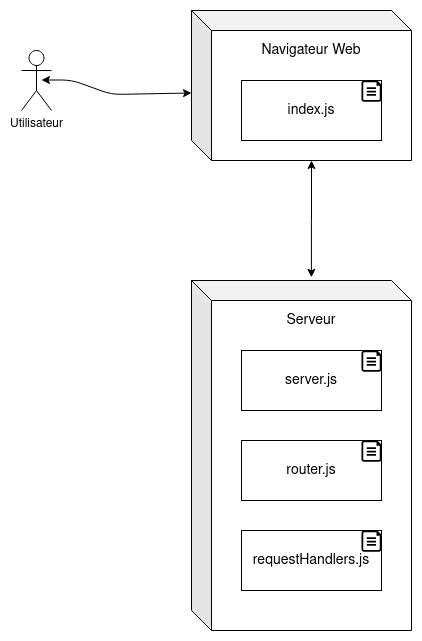
Above: docs/diagramme_deploiement.png in prodageo/mniproj2020b-2020a20w (draw.io), before the change. Source tidied: cells renumbered, new cells last; positions are measured from the earlier drawing's top-left corner, leaving out a move shared by most shapes. Source of this version:
```xml
<mxGraphModel>
  <root>
    <mxCell id="0" />
    <mxCell id="1" parent="0" />
    <mxCell id="2" value="Utilisateur" style="shape=umlActor;verticalLabelPosition=bottom;verticalAlign=top;html=1;" parent="1" vertex="1">
      <mxGeometry y="40" width="30" height="60" as="geometry" />
    </mxCell>
    <mxCell id="3" style="edgeStyle=orthogonalEdgeStyle;rounded=0;jettySize=auto;html=1;exitX=0;exitY=0;exitDx=120;exitDy=150;exitPerimeter=0;entryX=0.545;entryY=-0.009;entryDx=0;entryDy=0;entryPerimeter=0;startArrow=classic;startFill=1;" parent="1" edge="1" source="4" target="9">
      <mxGeometry relative="1" as="geometry" />
    </mxCell>
    <mxCell id="4" value="&lt;p style=&quot;line-height: 90%&quot;&gt;&lt;br&gt;&lt;/p&gt;" style="shape=cube;whiteSpace=wrap;html=1;boundedLbl=1;backgroundOutline=1;darkOpacity=0.05;darkOpacity2=0.1;" parent="1" vertex="1">
      <mxGeometry x="170" width="220" height="150" as="geometry" />
    </mxCell>
    <mxCell id="5" style="endArrow=classic;startArrow=classic;html=1;entryX=0;entryY=0.55;entryDx=0;entryDy=0;entryPerimeter=0;" parent="1" edge="1" target="4">
      <mxGeometry relative="1" as="geometry">
        <mxPoint x="20" y="69.5" as="sourcePoint" />
        <Array as="points">
          <mxPoint x="50" y="69.5" />
          <mxPoint x="90" y="84" />
        </Array>
      </mxGeometry>
    </mxCell>
    <mxCell id="6" value="&lt;font style=&quot;font-size: 14px&quot;&gt;index.js&lt;/font&gt;" style="rounded=0;whiteSpace=wrap;html=1;" parent="1" vertex="1">
      <mxGeometry x="220" y="70" width="140" height="60" as="geometry" />
    </mxCell>
    <mxCell id="7" value="&lt;p style=&quot;line-height: 90% ; font-size: 14px&quot;&gt;&lt;font style=&quot;font-size: 14px&quot;&gt;Navigateur Web&lt;/font&gt;&lt;/p&gt;" style="text;html=1;strokeColor=none;fillColor=none;align=center;verticalAlign=middle;whiteSpace=wrap;rounded=0;" parent="1" vertex="1">
      <mxGeometry x="235" y="30" width="110" height="20" as="geometry" />
    </mxCell>
    <mxCell id="8" style="shadow=0;dashed=0;html=1;strokeColor=none;labelPosition=center;verticalLabelPosition=bottom;verticalAlign=top;align=center;shape=mxgraph.azure.file;fillColor=#000000;" parent="1" vertex="1">
      <mxGeometry x="340" y="70" width="20" height="21.3" as="geometry" />
    </mxCell>
    <mxCell id="9" value="&lt;p style=&quot;line-height: 90%&quot;&gt;&lt;br&gt;&lt;/p&gt;" style="shape=cube;whiteSpace=wrap;html=1;boundedLbl=1;backgroundOutline=1;darkOpacity=0.05;darkOpacity2=0.1;" parent="1" vertex="1">
      <mxGeometry x="170" y="270" width="220" height="350" as="geometry" />
    </mxCell>
    <mxCell id="10" value="&lt;font style=&quot;font-size: 14px&quot;&gt;Serveur&lt;/font&gt;" style="text;html=1;strokeColor=none;fillColor=none;align=center;verticalAlign=middle;whiteSpace=wrap;rounded=0;" parent="1" vertex="1">
      <mxGeometry x="235" y="300" width="110" height="20" as="geometry" />
    </mxCell>
    <mxCell id="11" value="&lt;font style=&quot;font-size: 14px&quot;&gt;server.js&lt;/font&gt;" style="rounded=0;whiteSpace=wrap;html=1;" parent="1" vertex="1">
      <mxGeometry x="220" y="340" width="140" height="60" as="geometry" />
    </mxCell>
    <mxCell id="12" style="shadow=0;dashed=0;html=1;strokeColor=none;labelPosition=center;verticalLabelPosition=bottom;verticalAlign=top;align=center;shape=mxgraph.azure.file;fillColor=#000000;" parent="1" vertex="1">
      <mxGeometry x="340" y="340" width="20" height="21.3" as="geometry" />
    </mxCell>
    <mxCell id="13" value="&lt;font style=&quot;font-size: 14px&quot;&gt;router&lt;font style=&quot;font-size: 14px&quot;&gt;.js&lt;/font&gt;&lt;/font&gt;" style="rounded=0;whiteSpace=wrap;html=1;" parent="1" vertex="1">
      <mxGeometry x="220" y="430" width="140" height="60" as="geometry" />
    </mxCell>
    <mxCell id="14" style="shadow=0;dashed=0;html=1;strokeColor=none;labelPosition=center;verticalLabelPosition=bottom;verticalAlign=top;align=center;shape=mxgraph.azure.file;fillColor=#000000;" parent="1" vertex="1">
      <mxGeometry x="340" y="430" width="20" height="21.3" as="geometry" />
    </mxCell>
    <mxCell id="15" value="&lt;font style=&quot;font-size: 14px&quot;&gt;requestHandlers.js&lt;/font&gt;" style="rounded=0;whiteSpace=wrap;html=1;" parent="1" vertex="1">
      <mxGeometry x="220" y="520" width="140" height="60" as="geometry" />
    </mxCell>
    <mxCell id="16" style="shadow=0;dashed=0;html=1;strokeColor=none;labelPosition=center;verticalLabelPosition=bottom;verticalAlign=top;align=center;shape=mxgraph.azure.file;fillColor=#000000;" parent="1" vertex="1">
      <mxGeometry x="340" y="520" width="20" height="21.3" as="geometry" />
    </mxCell>
  </root>
</mxGraphModel>
```
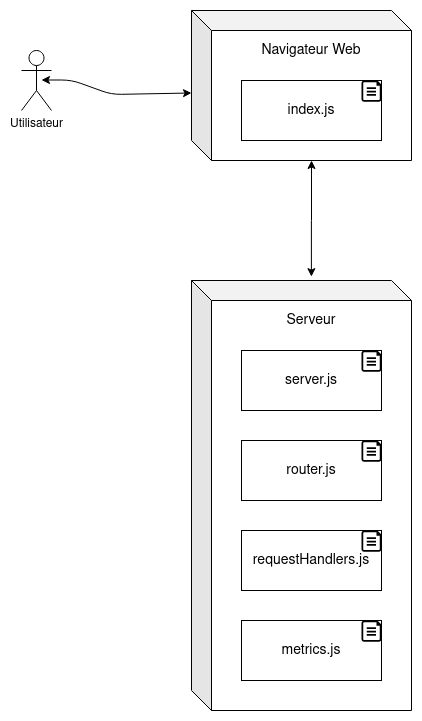
After the change.

Commit message:
Nouvelle version du jalon C

Diff of the diagram source:
```diff
@@ -30,7 +30,7 @@
       <mxGeometry x="340" y="70" width="20" height="21.3" as="geometry" />
     </mxCell>
     <mxCell id="9" value="&lt;p style=&quot;line-height: 90%&quot;&gt;&lt;br&gt;&lt;/p&gt;" style="shape=cube;whiteSpace=wrap;html=1;boundedLbl=1;backgroundOutline=1;darkOpacity=0.05;darkOpacity2=0.1;" parent="1" vertex="1">
-      <mxGeometry x="170" y="270" width="220" height="350" as="geometry" />
+      <mxGeometry x="170" y="270" width="220" height="430" as="geometry" />
     </mxCell>
     <mxCell id="10" value="&lt;font style=&quot;font-size: 14px&quot;&gt;Serveur&lt;/font&gt;" style="text;html=1;strokeColor=none;fillColor=none;align=center;verticalAlign=middle;whiteSpace=wrap;rounded=0;" parent="1" vertex="1">
       <mxGeometry x="235" y="300" width="110" height="20" as="geometry" />
@@ -53,5 +53,11 @@
     <mxCell id="16" style="shadow=0;dashed=0;html=1;strokeColor=none;labelPosition=center;verticalLabelPosition=bottom;verticalAlign=top;align=center;shape=mxgraph.azure.file;fillColor=#000000;" parent="1" vertex="1">
       <mxGeometry x="340" y="520" width="20" height="21.3" as="geometry" />
     </mxCell>
+    <mxCell id="17" value="&lt;font style=&quot;font-size: 14px&quot;&gt;metrics.js&lt;/font&gt;" style="rounded=0;whiteSpace=wrap;html=1;" parent="1" vertex="1">
+      <mxGeometry x="220" y="610" width="140" height="60" as="geometry" />
+    </mxCell>
+    <mxCell id="18" style="shadow=0;dashed=0;html=1;strokeColor=none;labelPosition=center;verticalLabelPosition=bottom;verticalAlign=top;align=center;shape=mxgraph.azure.file;fillColor=#000000;" parent="1" vertex="1">
+      <mxGeometry x="340" y="610" width="20" height="21.3" as="geometry" />
+    </mxCell>
   </root>
 </mxGraphModel>
```
